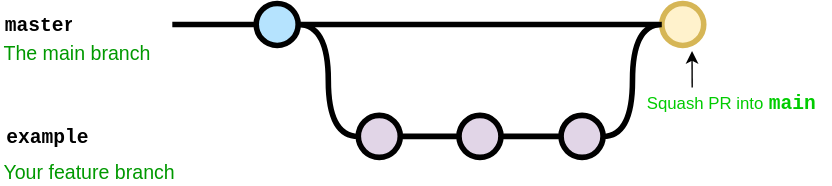
This is tutorials/git/img/git-workflow.drawio.svg from YehudaRothstein/excaliburfrc.github.io, a draw.io export, as it was before one commit. Source tidied: cells renumbered, new cells last; positions are measured from the earlier drawing's top-left corner, leaving out a move shared by most shapes.
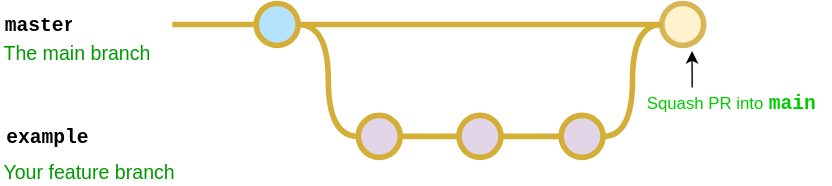
The same diagram one commit later.

Diff of the diagram source:
```diff
@@ -2,19 +2,19 @@
   <root>
     <mxCell id="0" />
     <mxCell id="1" parent="0" />
-    <mxCell id="2" style="edgeStyle=orthogonalEdgeStyle;rounded=0;html=1;jettySize=auto;plain-blue;endArrow=none;endFill=0;strokeWidth=4;strokeColor=#000000;" parent="1" edge="1" source="4" target="5">
+    <mxCell id="2" style="edgeStyle=orthogonalEdgeStyle;rounded=0;html=1;jettySize=auto;plain-blue;endArrow=none;endFill=0;strokeWidth=4;strokeColor=#d3af37;" parent="1" edge="1" source="4" target="5">
       <mxGeometry x="252.2" y="55" as="geometry" />
     </mxCell>
-    <mxCell id="3" style="edgeStyle=orthogonalEdgeStyle;curved=1;rounded=0;html=1;exitX=1;exitY=0.5;exitPerimeter=0;entryX=0;entryY=0.5;entryPerimeter=0;endArrow=none;endFill=0;jettySize=auto;strokeWidth=4;fontSize=15;" parent="1" edge="1" source="4" target="9">
+    <mxCell id="3" style="edgeStyle=orthogonalEdgeStyle;curved=1;rounded=0;html=1;exitX=1;exitY=0.5;exitPerimeter=0;entryX=0;entryY=0.5;entryPerimeter=0;endArrow=none;endFill=0;jettySize=auto;strokeWidth=4;fontSize=15;strokeColor=#D3AF37;" parent="1" edge="1" source="4" target="9">
       <mxGeometry relative="1" as="geometry" />
     </mxCell>
-    <mxCell id="4" style="verticalLabelPosition=bottom;verticalAlign=top;html=1;strokeWidth=4;shape=mxgraph.flowchart.on-page_reference;plain-blue;gradientColor=none;fillColor=#B5E3Fe;strokeColor=#000000;" parent="1" vertex="1">
+    <mxCell id="4" style="verticalLabelPosition=bottom;verticalAlign=top;html=1;strokeWidth=4;shape=mxgraph.flowchart.on-page_reference;plain-blue;gradientColor=none;fillColor=#B5E3Fe;strokeColor=#D3AF37;" parent="1" vertex="1">
       <mxGeometry x="182.2" width="30" height="30" as="geometry" />
     </mxCell>
     <mxCell id="5" style="verticalLabelPosition=bottom;verticalAlign=top;html=1;strokeWidth=4;shape=mxgraph.flowchart.on-page_reference;strokeColor=#d6b656;fillColor=#fff2cc;" parent="1" vertex="1">
       <mxGeometry x="472.2" width="30" height="30" as="geometry" />
     </mxCell>
-    <mxCell id="6" style="edgeStyle=orthogonalEdgeStyle;rounded=0;html=1;jettySize=auto;strokeWidth=4;endArrow=none;endFill=0;" parent="1" edge="1" target="4">
+    <mxCell id="6" style="edgeStyle=orthogonalEdgeStyle;rounded=0;html=1;jettySize=auto;strokeWidth=4;endArrow=none;endFill=0;strokeColor=#D3AF37;" parent="1" edge="1" target="4">
       <mxGeometry x="152.2" y="55" as="geometry">
         <mxPoint x="122.2" y="15" as="sourcePoint" />
       </mxGeometry>
@@ -22,22 +22,22 @@
     <mxCell id="7" value="master" style="text;html=1;strokeColor=none;fillColor=none;align=center;verticalAlign=middle;whiteSpace=wrap;overflow=hidden;fontSize=14;fontStyle=1;fontFamily=Courier New;" parent="1" vertex="1">
       <mxGeometry x="2.2" y="5" width="50" height="20" as="geometry" />
     </mxCell>
-    <mxCell id="8" style="edgeStyle=orthogonalEdgeStyle;curved=1;rounded=0;html=1;exitX=1;exitY=0.5;exitPerimeter=0;entryX=0;entryY=0.5;entryPerimeter=0;endArrow=none;endFill=0;jettySize=auto;strokeWidth=4;fontSize=15;" parent="1" edge="1" source="9" target="11">
+    <mxCell id="8" style="edgeStyle=orthogonalEdgeStyle;curved=1;rounded=0;html=1;exitX=1;exitY=0.5;exitPerimeter=0;entryX=0;entryY=0.5;entryPerimeter=0;endArrow=none;endFill=0;jettySize=auto;strokeWidth=4;fontSize=15;strokeColor=#D3AF37;" parent="1" edge="1" source="9" target="11">
       <mxGeometry relative="1" as="geometry" />
     </mxCell>
-    <mxCell id="9" style="verticalLabelPosition=bottom;verticalAlign=top;html=1;strokeWidth=4;shape=mxgraph.flowchart.on-page_reference;plain-purple;gradientColor=none;strokeColor=#000000;" parent="1" vertex="1">
+    <mxCell id="9" style="verticalLabelPosition=bottom;verticalAlign=top;html=1;strokeWidth=4;shape=mxgraph.flowchart.on-page_reference;plain-purple;gradientColor=none;strokeColor=#D3AF37;" parent="1" vertex="1">
       <mxGeometry x="255.2" y="80" width="30" height="30" as="geometry" />
     </mxCell>
-    <mxCell id="10" style="edgeStyle=orthogonalEdgeStyle;curved=1;rounded=0;html=1;exitX=1;exitY=0.5;exitPerimeter=0;entryX=0;entryY=0.5;entryPerimeter=0;endArrow=none;endFill=0;jettySize=auto;strokeWidth=4;fontSize=15;" parent="1" edge="1" source="11" target="13">
+    <mxCell id="10" style="edgeStyle=orthogonalEdgeStyle;curved=1;rounded=0;html=1;exitX=1;exitY=0.5;exitPerimeter=0;entryX=0;entryY=0.5;entryPerimeter=0;endArrow=none;endFill=0;jettySize=auto;strokeWidth=4;fontSize=15;strokeColor=#D3AF37;" parent="1" edge="1" source="11" target="13">
       <mxGeometry relative="1" as="geometry" />
     </mxCell>
-    <mxCell id="11" style="verticalLabelPosition=bottom;verticalAlign=top;html=1;strokeWidth=4;shape=mxgraph.flowchart.on-page_reference;plain-purple;gradientColor=none;strokeColor=#000000;" parent="1" vertex="1">
+    <mxCell id="11" style="verticalLabelPosition=bottom;verticalAlign=top;html=1;strokeWidth=4;shape=mxgraph.flowchart.on-page_reference;plain-purple;gradientColor=none;strokeColor=#D3AF37;" parent="1" vertex="1">
       <mxGeometry x="327.2" y="80" width="30" height="30" as="geometry" />
     </mxCell>
-    <mxCell id="12" style="edgeStyle=orthogonalEdgeStyle;curved=1;rounded=0;html=1;exitX=1;exitY=0.5;exitPerimeter=0;entryX=0;entryY=0.5;entryPerimeter=0;endArrow=none;endFill=0;jettySize=auto;strokeWidth=4;fontSize=15;" parent="1" edge="1" source="13" target="5">
+    <mxCell id="12" style="edgeStyle=orthogonalEdgeStyle;curved=1;rounded=0;html=1;exitX=1;exitY=0.5;exitPerimeter=0;entryX=0;entryY=0.5;entryPerimeter=0;endArrow=none;endFill=0;jettySize=auto;strokeWidth=4;fontSize=15;strokeColor=#d3af37;" parent="1" edge="1" source="13" target="5">
       <mxGeometry relative="1" as="geometry" />
     </mxCell>
-    <mxCell id="13" style="verticalLabelPosition=bottom;verticalAlign=top;html=1;strokeWidth=4;shape=mxgraph.flowchart.on-page_reference;plain-purple;gradientColor=none;strokeColor=#000000;" parent="1" vertex="1">
+    <mxCell id="13" style="verticalLabelPosition=bottom;verticalAlign=top;html=1;strokeWidth=4;shape=mxgraph.flowchart.on-page_reference;plain-purple;gradientColor=none;strokeColor=#D3AF37;" parent="1" vertex="1">
       <mxGeometry x="400.2" y="80" width="30" height="30" as="geometry" />
     </mxCell>
     <mxCell id="14" value="example" style="text;html=1;strokeColor=none;fillColor=none;align=left;verticalAlign=middle;whiteSpace=wrap;overflow=hidden;fontSize=14;fontStyle=1;fontFamily=Courier New;" parent="1" vertex="1">
```
